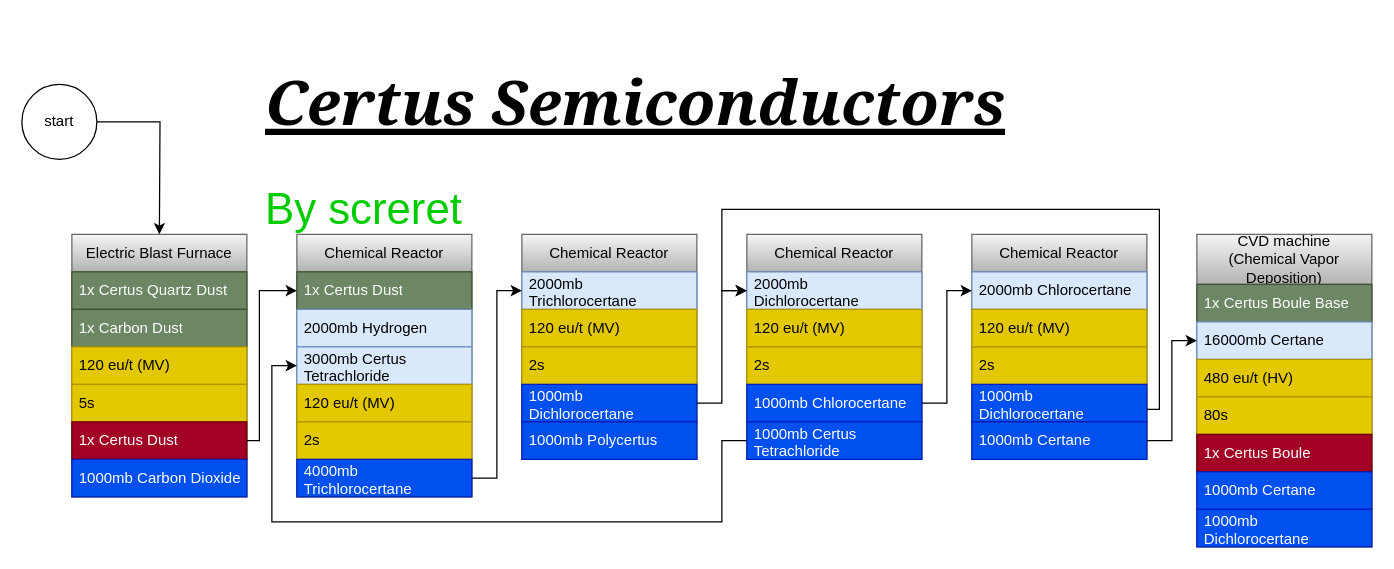
The draw.io diagram certus_semiconductors.drawio in screret/Gravitas2, before the edit. Source tidied: cells renumbered, new cells numbered last; positions are measured from the earlier drawing's top-left corner, leaving out a move shared by most shapes. Both pictures are drawn from the tidied source at 125%, with x=0, y=0 at pixel (21, 34).
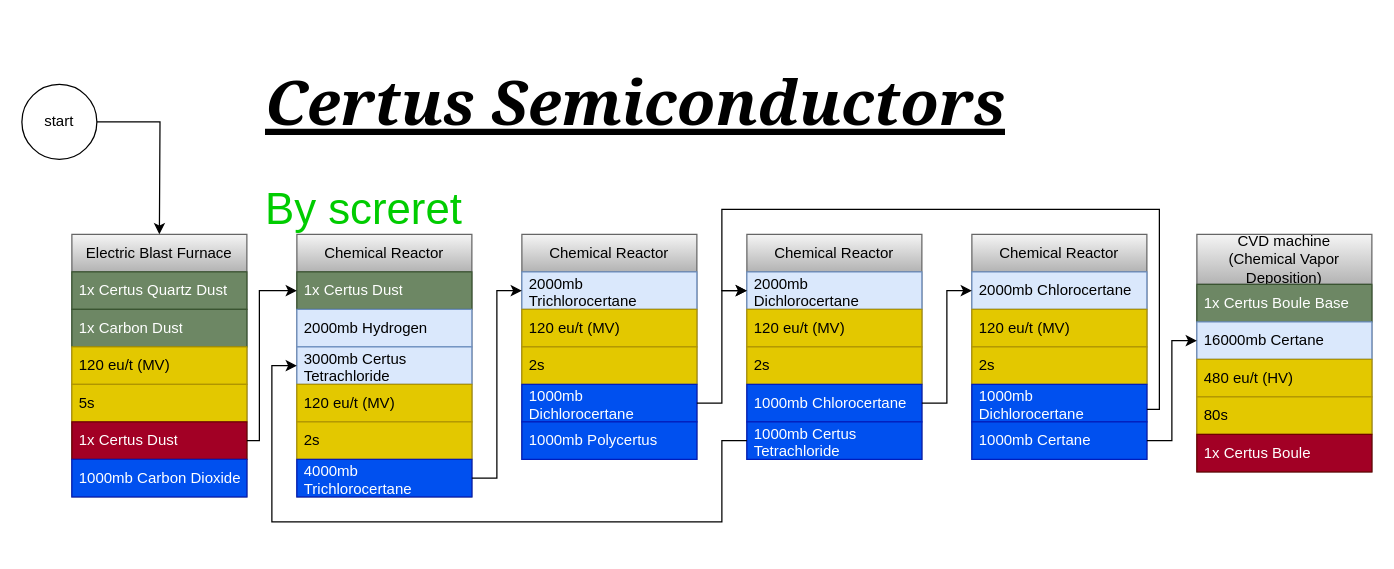
The same page after the edit.

Diff of the diagram source:
```diff
@@
     <mxCell id="45" value="CVD machine&lt;br&gt;(Chemical Vapor Deposition)" style="swimlane;fontStyle=0;horizontal=1;startSize=40;whiteSpace=wrap;html=1;fillColor=#f5f5f5;gradientColor=#b3b3b3;strokeColor=#666666;" parent="1" vertex="1">
-      <mxGeometry x="940" y="160" width="140" height="250" as="geometry" />
+      <mxGeometry x="940" y="160" width="140" height="190" as="geometry" />
     </mxCell>
@@
-    <mxCell id="51" value="1000mb Certane" style="text;strokeColor=#001DBC;fillColor=#0050ef;align=left;verticalAlign=middle;spacingLeft=4;spacingRight=4;overflow=hidden;whiteSpace=wrap;html=1;fontColor=#ffffff;" parent="45" vertex="1">
-      <mxGeometry y="190" width="140" height="30" as="geometry" />
-    </mxCell>
-    <mxCell id="52" value="1000mb Dichlorocertane" style="text;strokeColor=#001DBC;fillColor=#0050ef;align=left;verticalAlign=middle;spacingLeft=4;spacingRight=4;overflow=hidden;whiteSpace=wrap;html=1;fontColor=#ffffff;" parent="45" vertex="1">
-      <mxGeometry y="220" width="140" height="30" as="geometry" />
-    </mxCell>
```
